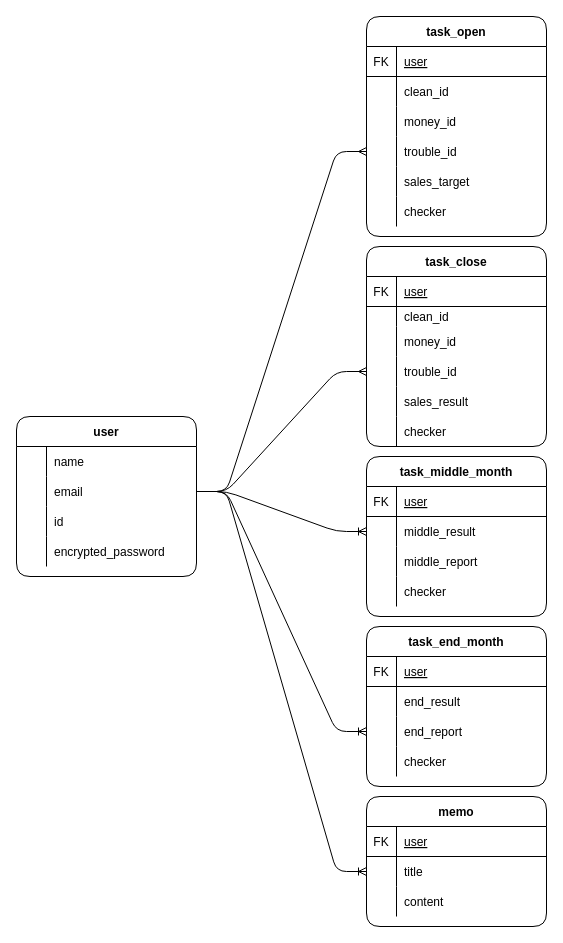
Earlier version of the draw.io diagram managements_tool.dio (57480075/managements_tool). Source tidied: cells renumbered, new cells numbered last; positions are measured from the earlier drawing's top-left corner, leaving out a move shared by most shapes. Both pictures are drawn from the tidied source at 100%, with x=0, y=0 at pixel (16, 16).
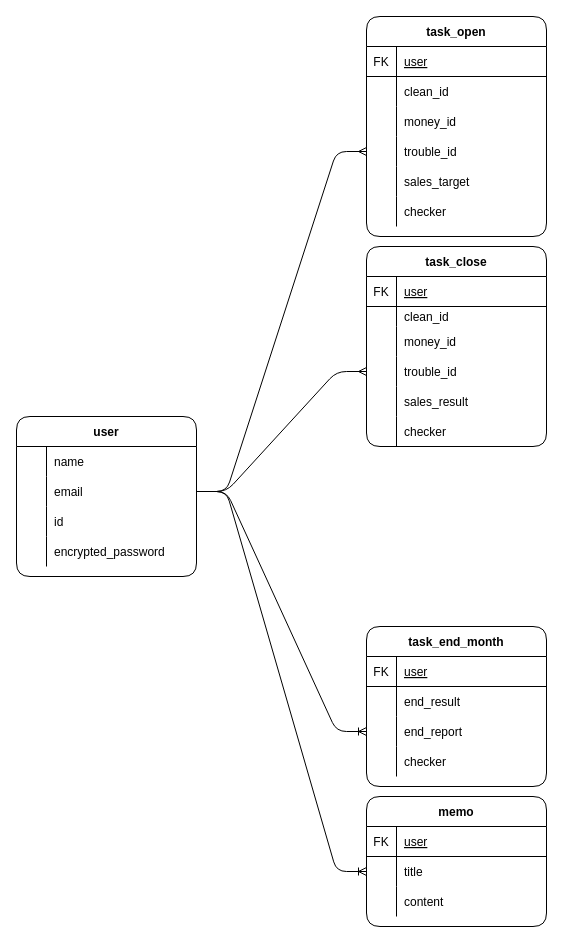
After the change.

The change refers to these unchanged cells:
```xml
<mxCell id="6" style="shape=partialRectangle;fillColor=none;top=0;left=0;bottom=0;right=0;points=[[0,0.5],[1,0.5]];portConstraint=eastwest;" parent="2" vertex="1">
  <mxGeometry y="60" width="180" height="30" as="geometry" />
</mxCell>
```

Diff of the diagram source:
```diff
@@
-    <mxCell id="66" value="task_middle_month" style="shape=table;startSize=30;childLayout=tableLayout;rowLines=0;fontStyle=1;align=center;rounded=1;" parent="1" vertex="1">
-      <mxGeometry x="350" y="440" width="180" height="160" as="geometry" />
-    </mxCell>
-    <mxCell id="67" style="shape=partialRectangle;fillColor=none;top=0;left=0;bottom=1;right=0;" parent="66" vertex="1">
-      <mxGeometry y="30" width="180" height="30" as="geometry" />
-    </mxCell>
-    <mxCell id="68" value="FK" style="shape=partialRectangle;fillColor=none;top=0;left=0;bottom=0;right=0;fontStyle=0;overflow=hidden;" parent="67" vertex="1">
-      <mxGeometry width="30" height="30" as="geometry" />
-    </mxCell>
-    <mxCell id="69" value="user" style="shape=partialRectangle;fillColor=none;top=0;left=0;bottom=0;right=0;align=left;spacingLeft=6;fontStyle=4;overflow=hidden;" parent="67" vertex="1">
-      <mxGeometry x="30" width="150" height="30" as="geometry" />
-    </mxCell>
-    <mxCell id="70" style="shape=partialRectangle;fillColor=none;top=0;left=0;bottom=0;right=0;points=[[0,0.5],[1,0.5]];portConstraint=eastwest;" parent="66" vertex="1">
-      <mxGeometry y="60" width="180" height="30" as="geometry" />
-    </mxCell>
-    <mxCell id="71" style="shape=partialRectangle;fillColor=none;top=0;left=0;bottom=0;right=0;overflow=hidden;" parent="70" vertex="1">
-      <mxGeometry width="30" height="30" as="geometry" />
-    </mxCell>
-    <mxCell id="72" value="middle_result" style="shape=partialRectangle;fillColor=none;top=0;left=0;bottom=0;right=0;align=left;spacingLeft=6;overflow=hidden;" parent="70" vertex="1">
-      <mxGeometry x="30" width="150" height="30" as="geometry" />
-    </mxCell>
-    <mxCell id="73" style="shape=partialRectangle;fillColor=none;top=0;left=0;bottom=0;right=0;" parent="66" vertex="1">
-      <mxGeometry y="90" width="180" height="30" as="geometry" />
-    </mxCell>
-    <mxCell id="74" style="shape=partialRectangle;fillColor=none;top=0;left=0;bottom=0;right=0;overflow=hidden;" parent="73" vertex="1">
-      <mxGeometry width="30" height="30" as="geometry" />
-    </mxCell>
-    <mxCell id="75" value="middle_report" style="shape=partialRectangle;fillColor=none;top=0;left=0;bottom=0;right=0;align=left;spacingLeft=6;overflow=hidden;" parent="73" vertex="1">
-      <mxGeometry x="30" width="150" height="30" as="geometry" />
-    </mxCell>
-    <mxCell id="76" style="shape=partialRectangle;fillColor=none;top=0;left=0;bottom=0;right=0;" parent="66" vertex="1">
-      <mxGeometry y="120" width="180" height="30" as="geometry" />
-    </mxCell>
-    <mxCell id="77" style="shape=partialRectangle;fillColor=none;top=0;left=0;bottom=0;right=0;overflow=hidden;" parent="76" vertex="1">
-      <mxGeometry width="30" height="30" as="geometry" />
-    </mxCell>
-    <mxCell id="78" value="checker" style="shape=partialRectangle;fillColor=none;top=0;left=0;bottom=0;right=0;align=left;spacingLeft=6;overflow=hidden;" parent="76" vertex="1">
-      <mxGeometry x="30" width="150" height="30" as="geometry" />
-    </mxCell>
@@
-    <mxCell id="91" style="edgeStyle=entityRelationEdgeStyle;fontSize=12;html=1;endArrow=ERoneToMany;exitX=1;exitY=0.5;exitDx=0;exitDy=0;entryX=0;entryY=0.5;entryDx=0;entryDy=0;" parent="1" edge="1" source="6" target="70">
-      <mxGeometry relative="1" as="geometry" />
-    </mxCell>
```
